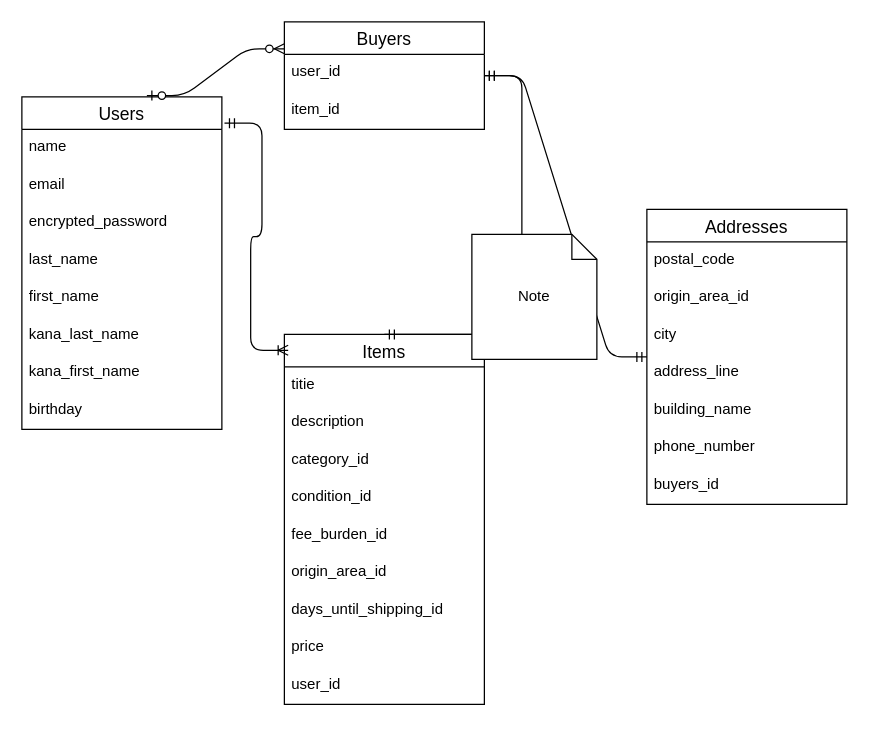
Above: test.dio in nadatecoco/furima-42115 (draw.io), before the change. Source tidied: cells renumbered, new cells numbered last; positions are measured from the earlier drawing's top-left corner, leaving out a move shared by most shapes. Both pictures are drawn from the tidied source at 125%, with x=0, y=0 at pixel (21, 21).
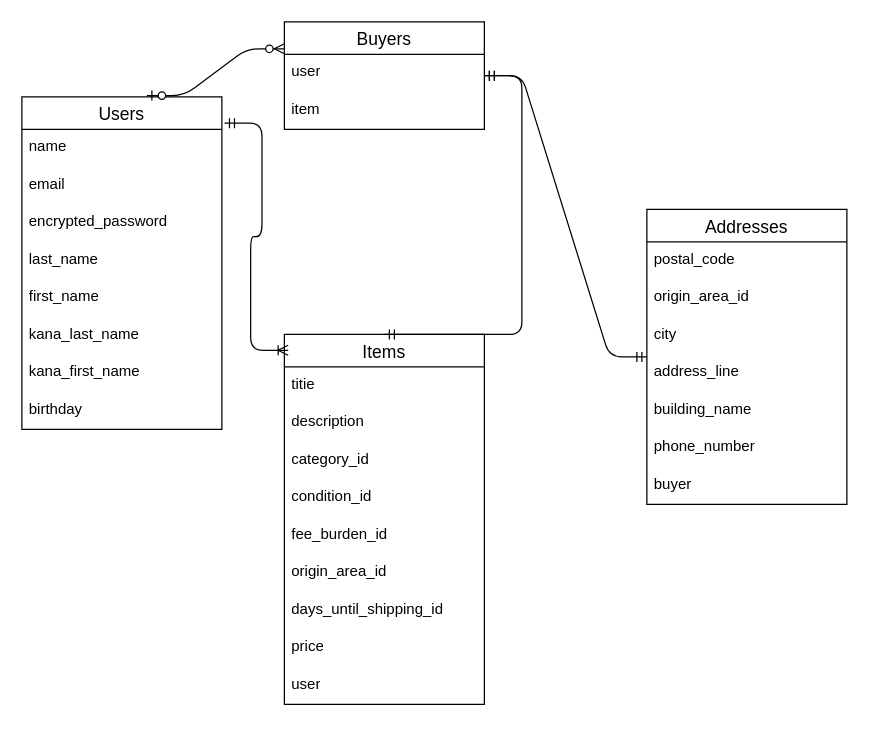
The same diagram, later.

Unchanged cells that the change refers to:
```xml
<mxCell id="11" value="Addresses" style="swimlane;fontStyle=0;horizontal=1;startSize=26;align=center;fontSize=14;" parent="1" vertex="1">
  <mxGeometry x="500" y="150" width="160" height="236" as="geometry" />
</mxCell>
<mxCell id="19" value="Buyers" style="swimlane;fontStyle=0;horizontal=1;startSize=26;align=center;fontSize=14;" parent="1" vertex="1">
  <mxGeometry x="210" width="160" height="86" as="geometry" />
</mxCell>
<mxCell id="22" value="Items" style="swimlane;fontStyle=0;horizontal=1;startSize=26;align=center;fontSize=14;" parent="1" vertex="1">
  <mxGeometry x="210" y="250" width="160" height="296" as="geometry" />
</mxCell>
```

Diff of the diagram source:
```diff
@@
-    <mxCell id="18" value="buyers_id" style="text;strokeColor=none;fillColor=none;spacingLeft=4;spacingRight=4;overflow=hidden;fontSize=12;whiteSpace=wrap;html=1;" parent="11" vertex="1">
+    <mxCell id="18" value="buyer" style="text;strokeColor=none;fillColor=none;spacingLeft=4;spacingRight=4;overflow=hidden;fontSize=12;whiteSpace=wrap;html=1;" parent="11" vertex="1">
       <mxGeometry y="206" width="160" height="30" as="geometry" />
     </mxCell>
@@
-    <mxCell id="20" value="user_id" style="text;strokeColor=none;fillColor=none;spacingLeft=4;spacingRight=4;overflow=hidden;fontSize=12;whiteSpace=wrap;html=1;" parent="19" vertex="1">
+    <mxCell id="20" value="user" style="text;strokeColor=none;fillColor=none;spacingLeft=4;spacingRight=4;overflow=hidden;fontSize=12;whiteSpace=wrap;html=1;" parent="19" vertex="1">
       <mxGeometry y="26" width="160" height="30" as="geometry" />
     </mxCell>
-    <mxCell id="21" value="item_id" style="text;strokeColor=none;fillColor=none;spacingLeft=4;spacingRight=4;overflow=hidden;fontSize=12;whiteSpace=wrap;html=1;" parent="19" vertex="1">
+    <mxCell id="21" value="item" style="text;strokeColor=none;fillColor=none;spacingLeft=4;spacingRight=4;overflow=hidden;fontSize=12;whiteSpace=wrap;html=1;" parent="19" vertex="1">
       <mxGeometry y="56" width="160" height="30" as="geometry" />
     </mxCell>
@@
-    <mxCell id="31" value="user_id" style="text;strokeColor=none;fillColor=none;spacingLeft=4;spacingRight=4;overflow=hidden;fontSize=12;whiteSpace=wrap;html=1;" parent="22" vertex="1">
+    <mxCell id="31" value="user" style="text;strokeColor=none;fillColor=none;spacingLeft=4;spacingRight=4;overflow=hidden;fontSize=12;whiteSpace=wrap;html=1;" parent="22" vertex="1">
       <mxGeometry y="266" width="160" height="30" as="geometry" />
     </mxCell>
@@
-    <mxCell id="36" value="Note" style="shape=note;size=20;whiteSpace=wrap;html=1;" parent="1" vertex="1">
-      <mxGeometry x="360" y="170" width="100" height="100" as="geometry" />
-    </mxCell>
```
